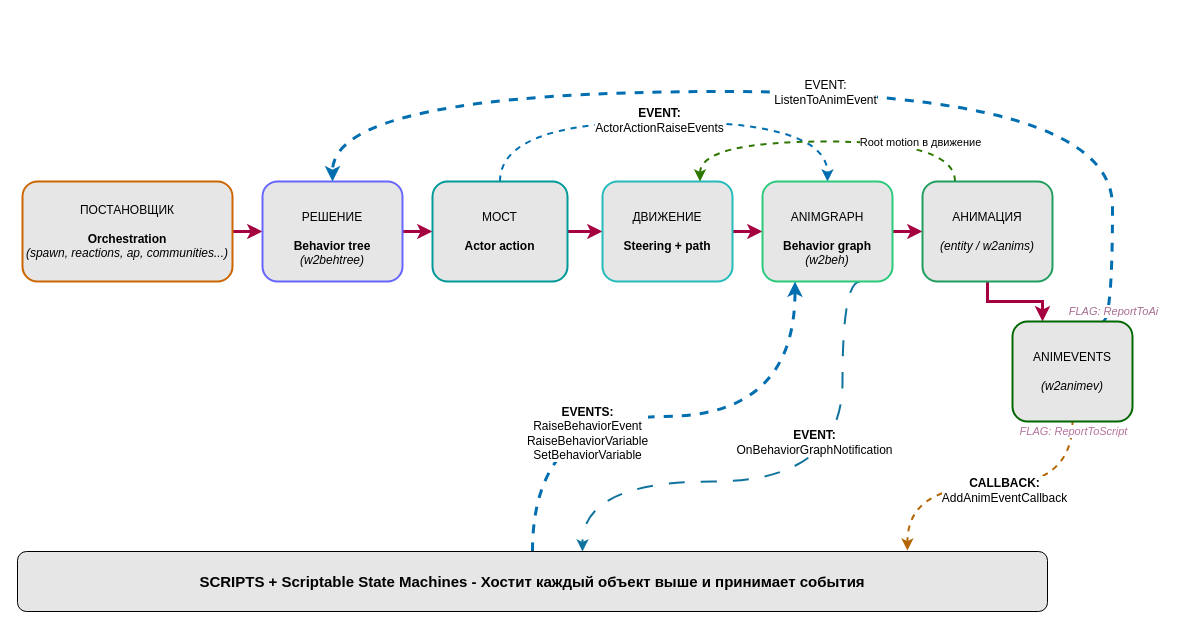
Above: docs/assets/diagrams/unofficial_docs/base/behavior/behavior_eventsmap.drawio in redkit-resources/docs (draw.io), before the change. Source tidied: cells renumbered, new cells numbered last; positions are measured from the earlier drawing's top-left corner, leaving out a move shared by most shapes. Both pictures are drawn from the tidied source at 100%, with x=0, y=0 at pixel (17, 91).
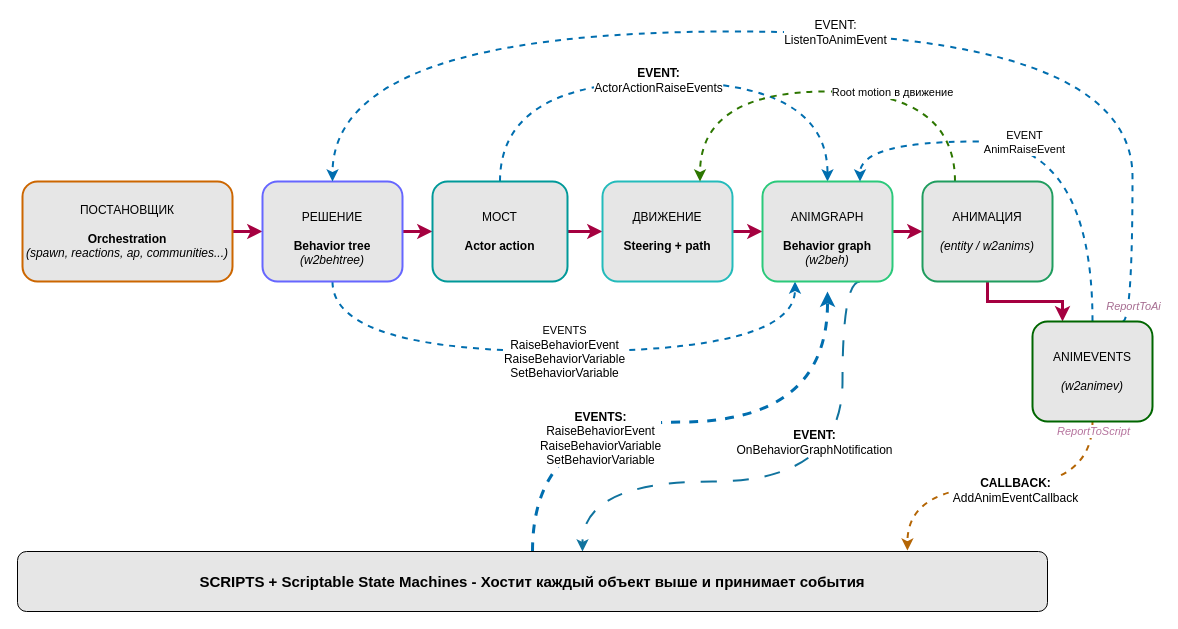
The same page after the edit.

Commit message (it also covers changes not shown here):
Behavior eventsmap updated with missing events paths

The change refers to these unchanged cells:
```xml
<mxCell id="5" value="&lt;div&gt;&lt;br&gt;&lt;/div&gt;&lt;div&gt;РЕШЕНИЕ&lt;/div&gt;&lt;br&gt;&lt;div&gt;&lt;b&gt;Behavior tree&lt;/b&gt;&lt;/div&gt;&lt;i&gt;(w2behtree)&lt;/i&gt;" style="whiteSpace=wrap;html=1;strokeColor=light-dark(#6666FF,#6666FF);rounded=1;strokeWidth=2;fillColor=light-dark(#E6E6E6,#1E2129);" parent="1" vertex="1">
  <mxGeometry x="245" y="90" width="140" height="100" as="geometry" />
</mxCell>
<mxCell id="9" value="МОСТ&lt;br class=&quot;Apple-interchange-newline&quot;&gt;&lt;div&gt;&lt;br&gt;&lt;/div&gt;&lt;b&gt;Actor action&lt;/b&gt;" style="whiteSpace=wrap;html=1;strokeColor=light-dark(#009999,#009999);rounded=1;strokeWidth=2;fillColor=light-dark(#E6E6E6,#1E2129);" parent="1" vertex="1">
  <mxGeometry x="415" y="90" width="135" height="100" as="geometry" />
</mxCell>
<mxCell id="11" value="&lt;div&gt;&lt;br&gt;&lt;/div&gt;&lt;div&gt;ДВИЖЕНИЕ&lt;/div&gt;&lt;br&gt;&lt;b&gt;Steering + path&lt;/b&gt;&lt;div&gt;&lt;br&gt;&lt;/div&gt;" style="whiteSpace=wrap;html=1;strokeColor=light-dark(#24BBBB,#33FFFF);rounded=1;strokeWidth=2;fillColor=light-dark(#E6E6E6,#1E2129);" parent="1" vertex="1">
  <mxGeometry x="585" y="90" width="130" height="100" as="geometry" />
</mxCell>
<mxCell id="15" value="&lt;div&gt;&lt;br&gt;&lt;/div&gt;&lt;div&gt;ANIMGRAPH&lt;/div&gt;&lt;div&gt;&lt;br&gt;&lt;/div&gt;&lt;div&gt;&lt;b&gt;Behavior graph&lt;/b&gt;&lt;/div&gt;&lt;i&gt;(w2beh)&lt;/i&gt;" style="whiteSpace=wrap;html=1;strokeColor=light-dark(#2BC97B,#33FF99);rounded=1;strokeWidth=2;fillColor=light-dark(#E6E6E6,#1E2129);" parent="1" vertex="1">
  <mxGeometry x="745" y="90" width="130" height="100" as="geometry" />
</mxCell>
<mxCell id="19" value="&lt;div&gt;АНИМАЦИЯ&lt;/div&gt;&lt;div&gt;&lt;br&gt;&lt;/div&gt;&lt;div&gt;&lt;i&gt;(entity / w2anims)&lt;/i&gt;&lt;/div&gt;" style="whiteSpace=wrap;html=1;strokeColor=light-dark(#209D5F,#33FF99);rounded=1;strokeWidth=2;fillColor=light-dark(#E6E6E6,#1E2129);" parent="1" vertex="1">
  <mxGeometry x="905" y="90" width="130" height="100" as="geometry" />
</mxCell>
<mxCell id="20" style="edgeStyle=orthogonalEdgeStyle;rounded=0;jettySize=auto;html=1;entryX=0.864;entryY=-0.016;entryDx=0;entryDy=0;dashed=1;curved=1;fillColor=#fad7ac;strokeColor=#b46504;strokeWidth=2;entryPerimeter=0;" parent="1" edge="1" source="26" target="29">
  <mxGeometry relative="1" as="geometry" />
</mxCell>
<mxCell id="29" value="&lt;font style=&quot;font-size: 15px;&quot;&gt;&lt;b&gt;SCRIPTS + Scriptable State Machines - Хостит каждый объект выше и принимает события&lt;/b&gt;&lt;/font&gt;" style="rounded=1;whiteSpace=wrap;html=1;strokeWidth=1;fillColor=light-dark(#E6E6E6,#1E2129);gradientColor=none;" parent="1" vertex="1">
  <mxGeometry y="460" width="1030" height="60" as="geometry" />
</mxCell>
```

Diff of the diagram source:
```diff
@@
+    <mxCell id="30" style="edgeStyle=orthogonalEdgeStyle;rounded=0;jettySize=auto;html=1;entryX=0.25;entryY=1;entryDx=0;entryDy=0;exitX=0.5;exitY=1;exitDx=0;exitDy=0;dashed=1;curved=1;strokeWidth=2;fillColor=#1ba1e2;strokeColor=#006EAF;" parent="1" edge="1" source="5" target="15">
+      <mxGeometry relative="1" as="geometry">
+        <Array as="points">
+          <mxPoint x="315" y="260" />
+          <mxPoint x="778" y="260" />
+        </Array>
+      </mxGeometry>
+    </mxCell>
+    <mxCell id="31" value="EVENTS&lt;div&gt;&lt;span style=&quot;font-size: 12px;&quot;&gt;&lt;span style=&quot;background-color: light-dark(rgb(255, 255, 255), rgb(230, 230, 230));&quot;&gt;&lt;font style=&quot;color: light-dark(rgb(0, 0, 0), rgb(26, 26, 26));&quot;&gt;RaiseBehaviorEvent&lt;/font&gt;&lt;br&gt;&lt;/span&gt;&lt;span style=&quot;background-color: light-dark(rgb(255, 255, 255), rgb(230, 230, 230));&quot;&gt;&lt;font style=&quot;color: light-dark(rgb(0, 0, 0), rgb(26, 26, 26));&quot;&gt;RaiseBehaviorVariable&lt;/font&gt;&lt;/span&gt;&lt;/span&gt;&lt;br&gt;&lt;span style=&quot;font-size: 12px; background-color: light-dark(rgb(255, 255, 255), rgb(230, 230, 230));&quot;&gt;&lt;font style=&quot;color: light-dark(rgb(0, 0, 0), rgb(26, 26, 26));&quot;&gt;SetBehaviorVariable&lt;/font&gt;&lt;/span&gt;&lt;/div&gt;" style="edgeLabel;html=1;align=center;verticalAlign=middle;labelBackgroundColor=light-dark(#FFFFFF,#1E2129);" parent="30" vertex="1">
+      <mxGeometry x="0.09" y="4" relative="1" as="geometry">
+        <mxPoint x="-27" y="4" as="offset" />
+      </mxGeometry>
+    </mxCell>
@@
     <mxCell id="7" style="edgeStyle=orthogonalEdgeStyle;rounded=0;jettySize=auto;html=1;exitX=0.5;exitY=0;exitDx=0;exitDy=0;entryX=0.5;entryY=0;entryDx=0;entryDy=0;dashed=1;strokeWidth=2;curved=1;fillColor=#1ba1e2;strokeColor=#006EAF;" parent="1" edge="1" source="9" target="15">
       <mxGeometry relative="1" as="geometry">
         <Array as="points">
-          <mxPoint x="483" y="30" />
-          <mxPoint x="810" y="30" />
+          <mxPoint x="483" y="-10" />
+          <mxPoint x="810" y="-10" />
         </Array>
       </mxGeometry>
     </mxCell>
@@
     <mxCell id="17" style="edgeStyle=orthogonalEdgeStyle;rounded=0;jettySize=auto;html=1;exitX=0.25;exitY=0;exitDx=0;exitDy=0;entryX=0.75;entryY=0;entryDx=0;entryDy=0;dashed=1;curved=1;strokeWidth=2;fillColor=#60a917;strokeColor=#2D7600;" parent="1" edge="1" source="19" target="11">
       <mxGeometry relative="1" as="geometry">
         <Array as="points">
-          <mxPoint x="938" y="50" />
-          <mxPoint x="683" y="50" />
+          <mxPoint x="938" />
+          <mxPoint x="683" />
         </Array>
       </mxGeometry>
     </mxCell>
     <mxCell id="18" value="Root motion в движение" style="edgeLabel;html=1;align=center;verticalAlign=middle;" parent="17" vertex="1">
       <mxGeometry x="-0.33" y="1" relative="1" as="geometry">
-        <mxPoint x="37" y="-1" as="offset" />
+        <mxPoint x="-7" y="-1" as="offset" />
       </mxGeometry>
     </mxCell>
@@
-    <mxCell id="21" value="&lt;i&gt;FLAG: ReportToScript&lt;/i&gt;&lt;b&gt;&lt;/b&gt;" style="edgeLabel;html=1;align=center;verticalAlign=middle;fontColor=#B5739D;labelBackgroundColor=light-dark(#FFFFFF,#1E2129);" parent="20" vertex="1">
+    <mxCell id="21" value="&lt;i&gt;ReportToScript&lt;/i&gt;&lt;b&gt;&lt;/b&gt;" style="edgeLabel;html=1;align=center;verticalAlign=middle;fontColor=#B5739D;labelBackgroundColor=light-dark(#FFFFFF,#1E2129);" parent="20" vertex="1">
       <mxGeometry x="-0.94" relative="1" as="geometry" />
     </mxCell>
@@
-    <mxCell id="23" style="edgeStyle=orthogonalEdgeStyle;rounded=0;jettySize=auto;html=1;exitX=0.75;exitY=0;exitDx=0;exitDy=0;entryX=0.5;entryY=0;entryDx=0;entryDy=0;dashed=1;curved=1;strokeWidth=3;fillColor=#1ba1e2;strokeColor=#006EAF;" parent="1" edge="1" source="26" target="5">
+    <mxCell id="23" style="edgeStyle=orthogonalEdgeStyle;rounded=0;jettySize=auto;html=1;exitX=0.75;exitY=0;exitDx=0;exitDy=0;entryX=0.5;entryY=0;entryDx=0;entryDy=0;dashed=1;curved=1;strokeWidth=2;fillColor=#1ba1e2;strokeColor=#006EAF;" parent="1" edge="1" source="26" target="5">
       <mxGeometry relative="1" as="geometry">
         <Array as="points">
-          <mxPoint x="1095" y="230" />
-          <mxPoint x="1095" />
-          <mxPoint x="315" />
+          <mxPoint x="1115" y="230" />
+          <mxPoint x="1115" y="-60" />
+          <mxPoint x="315" y="-60" />
         </Array>
       </mxGeometry>
     </mxCell>
-    <mxCell id="24" value="&lt;i style=&quot;color: rgb(166, 109, 145); background-color: light-dark(rgb(255, 255, 255), rgb(30, 33, 41));&quot;&gt;FLAG: ReportToAi&lt;/i&gt;" style="edgeLabel;html=1;align=center;verticalAlign=middle;" parent="23" vertex="1">
+    <mxCell id="24" value="&lt;div&gt;&lt;i style=&quot;color: rgb(166, 109, 145); background-color: light-dark(rgb(255, 255, 255), rgb(30, 33, 41));&quot;&gt;ReportToAi&lt;/i&gt;&lt;/div&gt;" style="edgeLabel;html=1;align=center;verticalAlign=middle;" parent="23" vertex="1">
       <mxGeometry x="-0.94" y="4" relative="1" as="geometry">
         <mxPoint x="4" y="12" as="offset" />
       </mxGeometry>
     </mxCell>
@@
+    <mxCell id="32" style="edgeStyle=orthogonalEdgeStyle;rounded=0;jettySize=auto;html=1;exitX=0.5;exitY=0;exitDx=0;exitDy=0;entryX=0.75;entryY=0;entryDx=0;entryDy=0;curved=1;fillColor=#1ba1e2;strokeColor=#006EAF;strokeWidth=2;dashed=1;" parent="1" edge="1" source="26" target="15">
+      <mxGeometry relative="1" as="geometry">
+        <Array as="points">
+          <mxPoint x="1075" y="50" />
+          <mxPoint x="843" y="50" />
+        </Array>
+      </mxGeometry>
+    </mxCell>
+    <mxCell id="33" value="EVENT&lt;br&gt;&lt;span style=&quot;background-color: light-dark(rgb(255, 255, 255), rgb(230, 230, 230));&quot;&gt;&lt;font style=&quot;color: light-dark(rgb(0, 0, 0), rgb(26, 26, 26));&quot;&gt;AnimRaiseEvent&lt;/font&gt;&lt;/span&gt;" style="edgeLabel;html=1;align=center;verticalAlign=middle;labelBackgroundColor=light-dark(#FFFFFF,#1E2129);" parent="32" vertex="1">
+      <mxGeometry x="0.18" y="5" relative="1" as="geometry">
+        <mxPoint x="18" y="-5" as="offset" />
+      </mxGeometry>
+    </mxCell>
     <mxCell id="26" value="ANIMEVENTS&lt;br&gt;&lt;br&gt;&lt;i&gt;(w2animev)&lt;/i&gt;" style="whiteSpace=wrap;html=1;strokeColor=light-dark(#006600,#006600);rounded=1;strokeWidth=2;fillColor=light-dark(#E6E6E6,#1E2129);gradientColor=none;" parent="1" vertex="1">
-      <mxGeometry x="995" y="230" width="120" height="100" as="geometry" />
+      <mxGeometry x="1015" y="230" width="120" height="100" as="geometry" />
     </mxCell>
-    <mxCell id="27" style="edgeStyle=orthogonalEdgeStyle;rounded=0;jettySize=auto;html=1;entryX=0.25;entryY=1;entryDx=0;entryDy=0;dashed=1;fillColor=#1ba1e2;strokeColor=#006EAF;curved=1;strokeWidth=3;" parent="1" edge="1" source="29" target="15">
-      <mxGeometry relative="1" as="geometry" />
+    <mxCell id="27" style="edgeStyle=orthogonalEdgeStyle;rounded=0;jettySize=auto;html=1;dashed=1;fillColor=#1ba1e2;strokeColor=#006EAF;curved=1;strokeWidth=3;" parent="1" edge="1" source="29">
+      <mxGeometry relative="1" as="geometry">
+        <mxPoint x="810" y="200" as="targetPoint" />
+      </mxGeometry>
     </mxCell>
```
